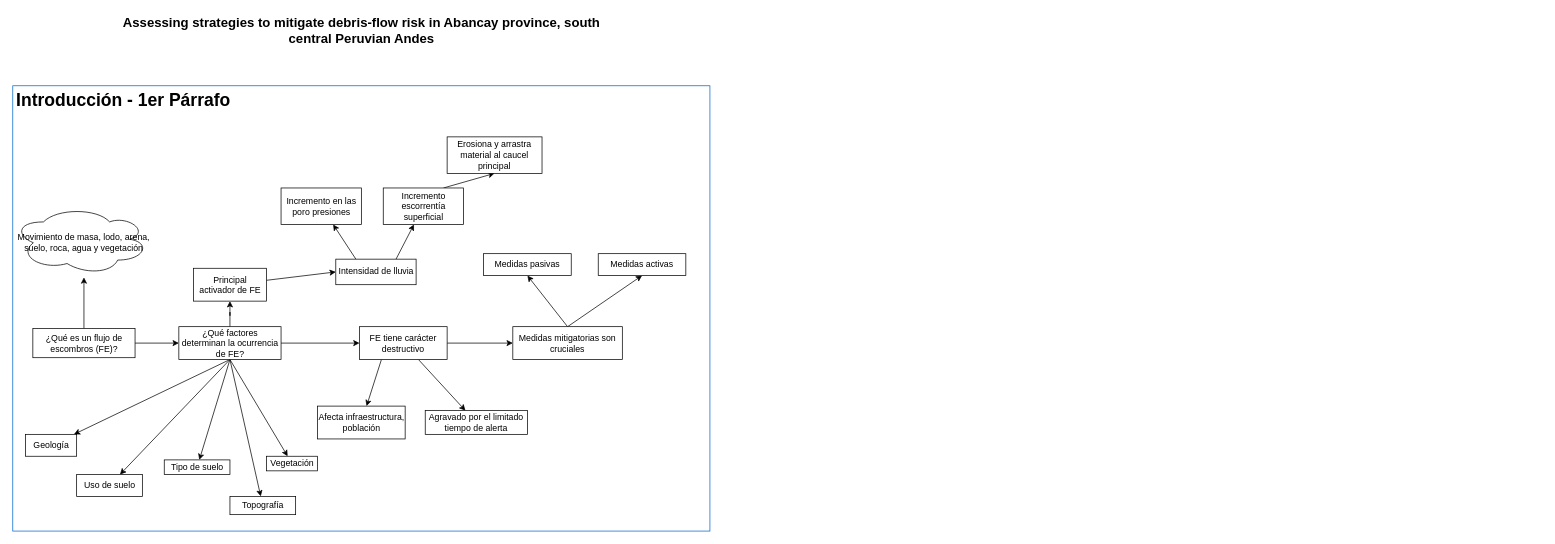
Before: Morata_2019_per_paragraph.drawio in YecoG23/chatbot, a draw.io diagram. Source tidied: cells renumbered, new cells numbered last; positions are measured from the earlier drawing's top-left corner, leaving out a move shared by most shapes. Both pictures are drawn from the tidied source at 73%, with x=0, y=0 at pixel (12, 12).
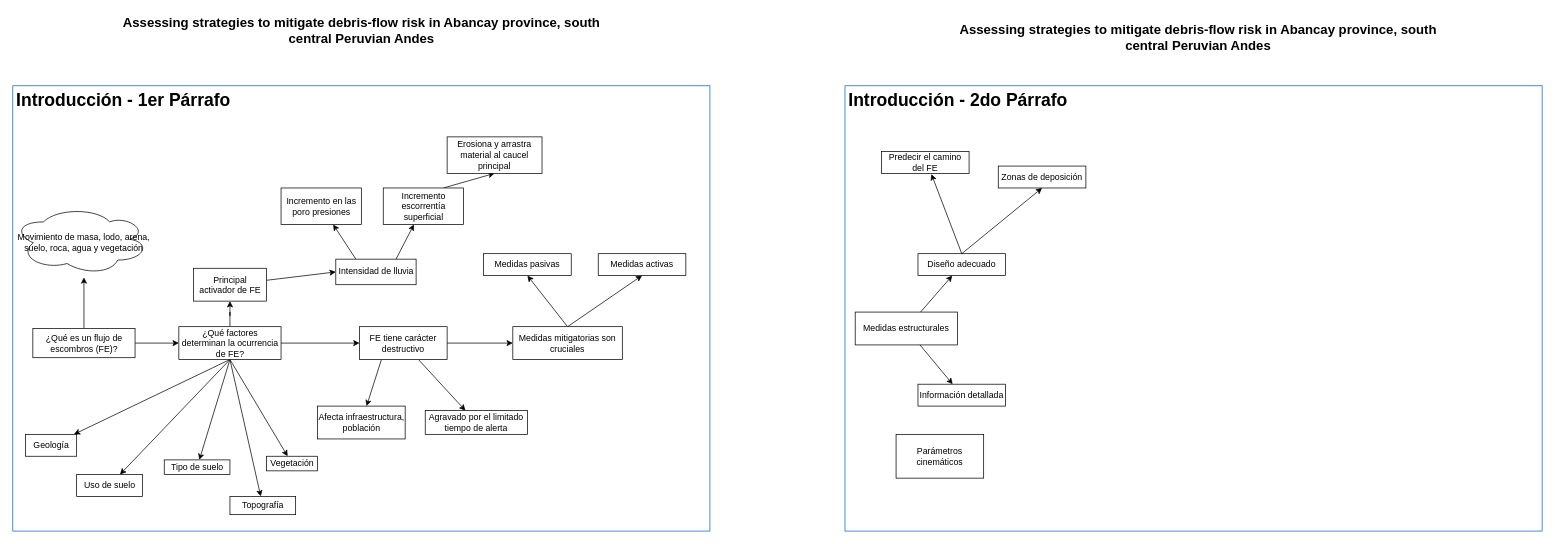
The same diagram, later.

The edit, as a diff of the source:
```diff
@@
+    <mxCell id="43" value="&lt;h1&gt;Introducción - 2do Párrafo&lt;/h1&gt;" style="text;html=1;spacing=5;spacingTop=-20;whiteSpace=wrap;overflow=hidden;rounded=0;strokeColor=#0066CC;" parent="1" vertex="1">
+      <mxGeometry x="1140" y="100" width="955" height="610" as="geometry" />
+    </mxCell>
+    <mxCell id="44" value="&lt;div style=&quot;font-size: 18px&quot;&gt;&lt;font style=&quot;font-size: 18px&quot;&gt;&lt;b&gt;Assessing strategies to mitigate debris-flow risk in Abancay province,&amp;nbsp;&lt;/b&gt;&lt;/font&gt;&lt;b&gt;south central Peruvian Andes&lt;/b&gt;&lt;/div&gt;" style="text;html=1;strokeColor=none;fillColor=none;align=center;verticalAlign=middle;whiteSpace=wrap;rounded=0;" parent="1" vertex="1">
+      <mxGeometry x="1294" y="10" width="660" height="50" as="geometry" />
+    </mxCell>
+    <mxCell id="45" style="edgeStyle=none;rounded=0;jettySize=auto;html=1;" parent="1" edge="1" source="47" target="50">
+      <mxGeometry relative="1" as="geometry" />
+    </mxCell>
+    <mxCell id="46" style="edgeStyle=none;rounded=0;jettySize=auto;html=1;" parent="1" edge="1" source="47" target="53">
+      <mxGeometry relative="1" as="geometry" />
+    </mxCell>
+    <mxCell id="47" value="Medidas estructurales" style="rounded=0;whiteSpace=wrap;html=1;fillColor=none;" parent="1" vertex="1">
+      <mxGeometry x="1154" y="410" width="140" height="45" as="geometry" />
+    </mxCell>
+    <mxCell id="48" style="edgeStyle=none;rounded=0;jettySize=auto;html=1;exitX=0.5;exitY=0;exitDx=0;exitDy=0;entryX=0.57;entryY=1.033;entryDx=0;entryDy=0;entryPerimeter=0;" parent="1" edge="1" source="50" target="51">
+      <mxGeometry relative="1" as="geometry" />
+    </mxCell>
+    <mxCell id="49" style="edgeStyle=none;rounded=0;jettySize=auto;html=1;exitX=0.5;exitY=0;exitDx=0;exitDy=0;entryX=0.5;entryY=1;entryDx=0;entryDy=0;" parent="1" edge="1" source="50" target="52">
+      <mxGeometry relative="1" as="geometry" />
+    </mxCell>
+    <mxCell id="50" value="Diseño adecuado" style="rounded=0;whiteSpace=wrap;html=1;strokeColor=#000000;fillColor=none;" parent="1" vertex="1">
+      <mxGeometry x="1240" y="330" width="120" height="30" as="geometry" />
+    </mxCell>
+    <mxCell id="51" value="Predecir el camino del FE" style="rounded=0;whiteSpace=wrap;html=1;strokeColor=#000000;fillColor=none;" parent="1" vertex="1">
+      <mxGeometry x="1190" y="190" width="120" height="30" as="geometry" />
+    </mxCell>
+    <mxCell id="52" value="Zonas de deposición" style="rounded=0;whiteSpace=wrap;html=1;strokeColor=#000000;fillColor=none;" parent="1" vertex="1">
+      <mxGeometry x="1350" y="210" width="120" height="30" as="geometry" />
+    </mxCell>
+    <mxCell id="53" value="Información detallada" style="whiteSpace=wrap;html=1;rounded=0;fillColor=none;" parent="1" vertex="1">
+      <mxGeometry x="1240" y="508.8" width="120" height="30" as="geometry" />
+    </mxCell>
+    <mxCell id="54" value="Parámetros cinemáticos" style="rounded=0;whiteSpace=wrap;html=1;strokeColor=#000000;fillColor=none;" parent="1" vertex="1">
+      <mxGeometry x="1210" y="577.5" width="120" height="60" as="geometry" />
+    </mxCell>
```
